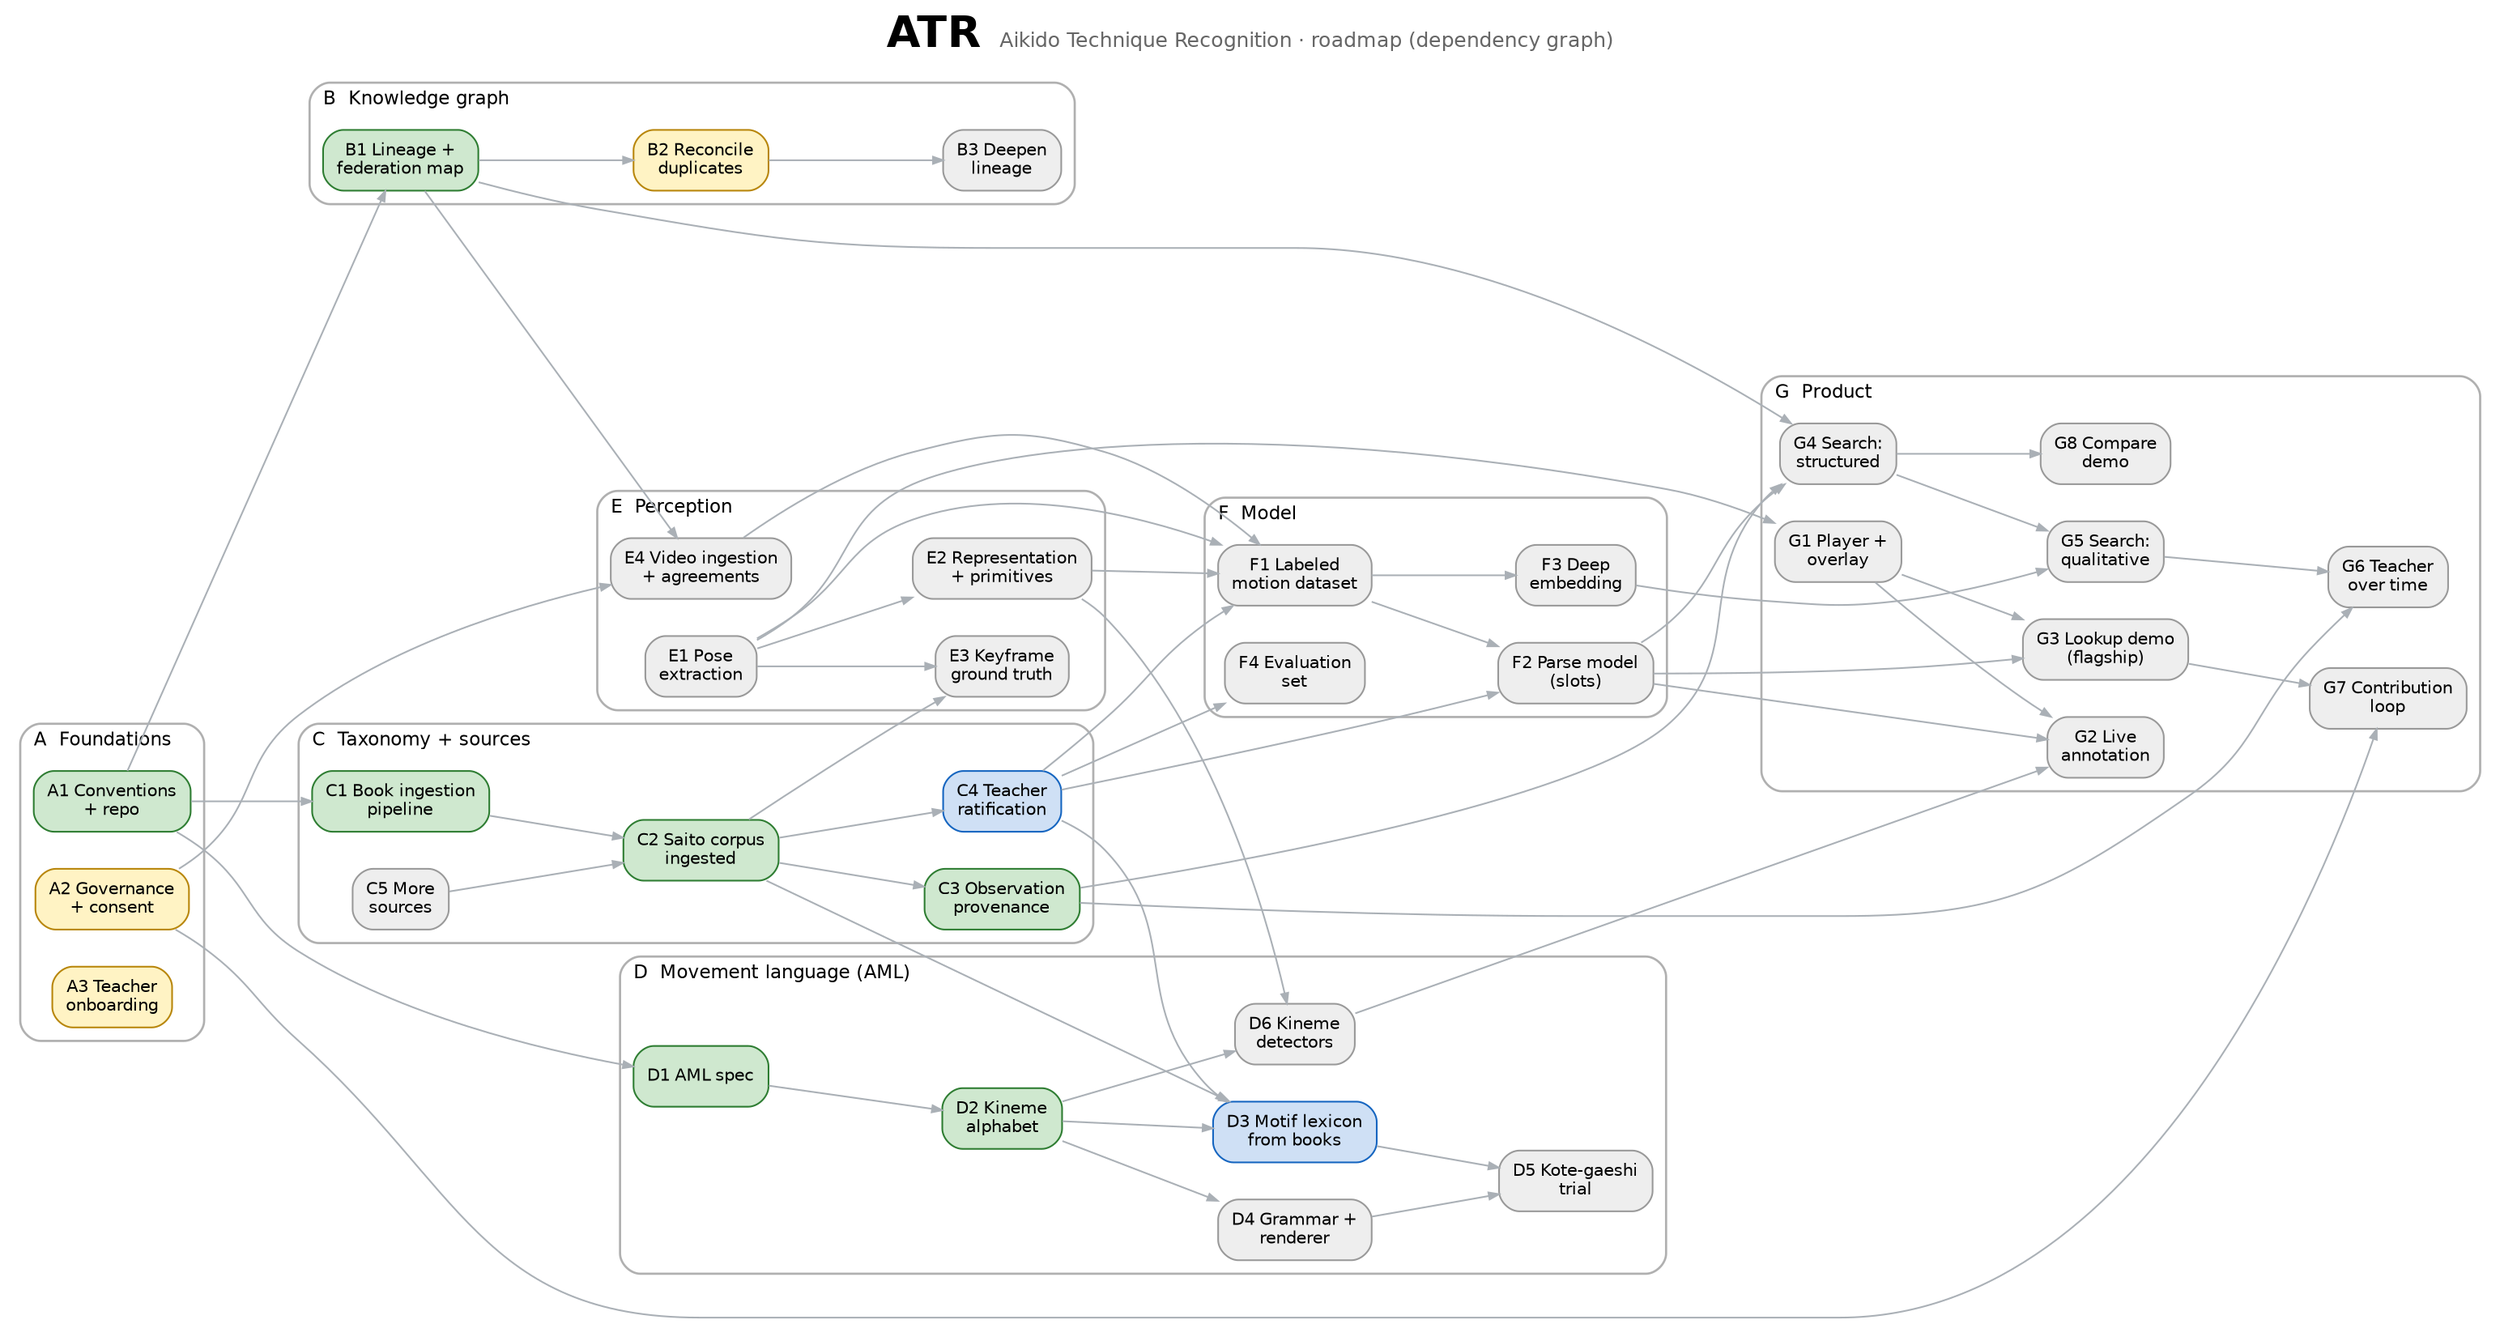
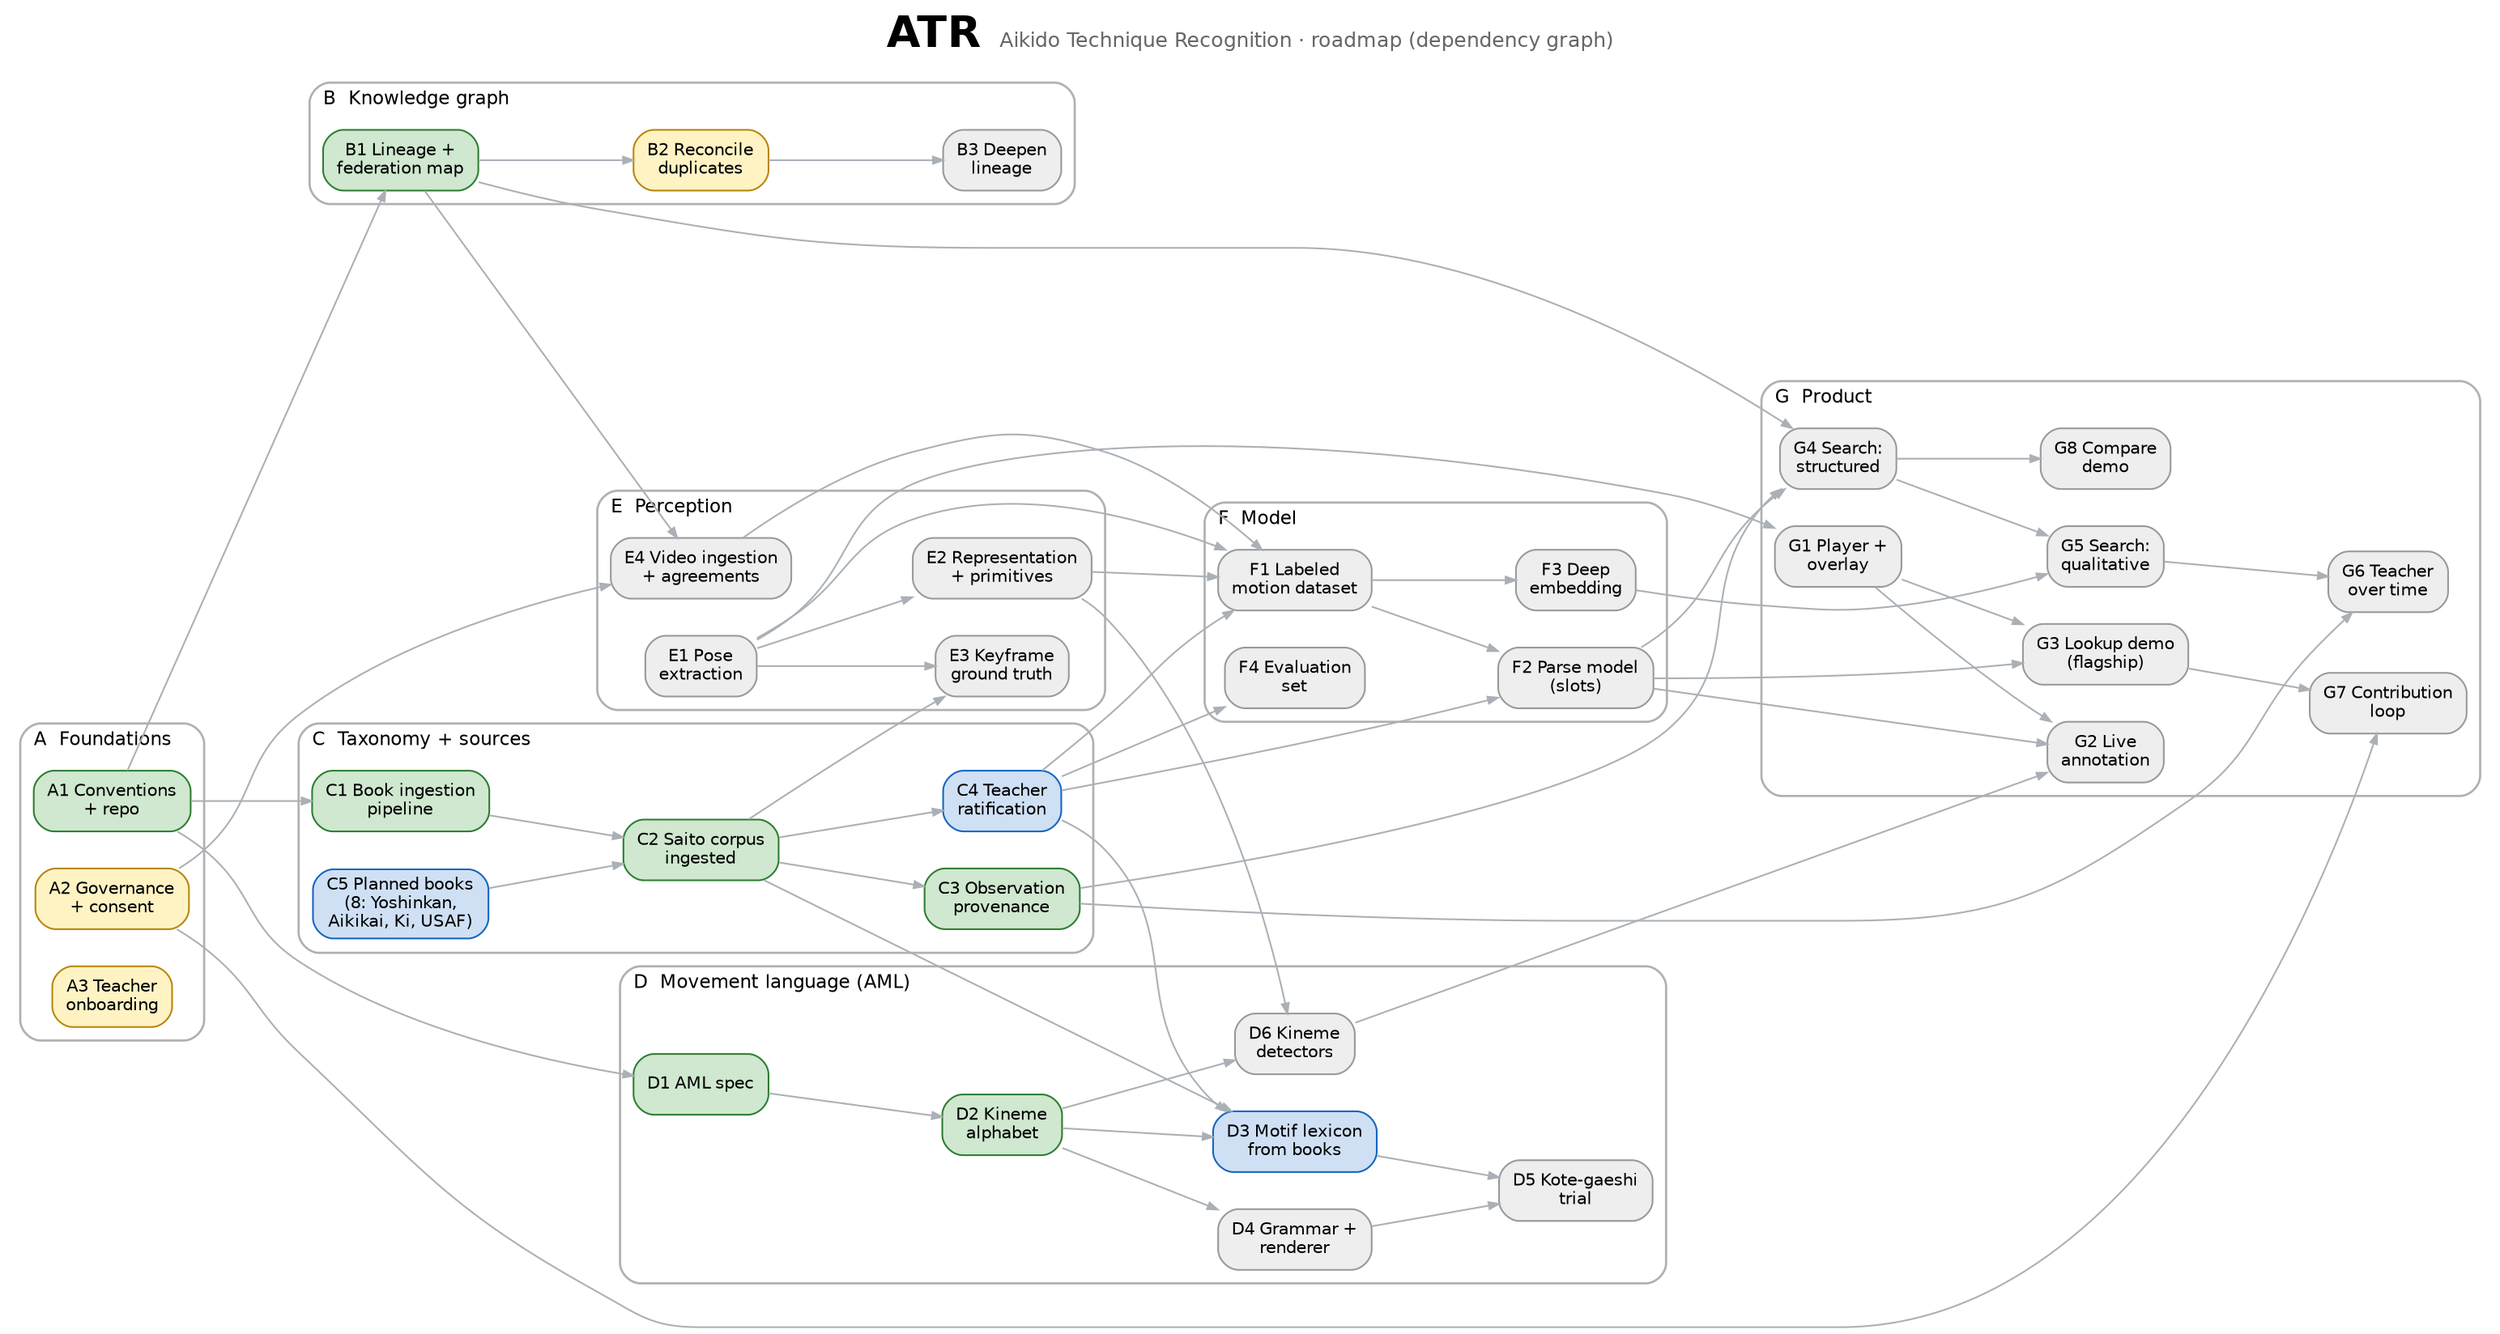
// ATR roadmap dependency graph -- source of truth.
// Render with: python docs/atr_15_roadmap_build.py  (writes atr_15_roadmap_graph.svg
// with the status legend composed below). Node ids carry the track (A..G).
digraph roadmap {
  rankdir=LR; ranksep=1.0; nodesep=0.3; compound=true; labelloc="t"; fontname="Helvetica";
  label=<<B><FONT POINT-SIZE="26">ATR</FONT></B>  <FONT POINT-SIZE="12" COLOR="#666666">Aikido Technique Recognition &#183; roadmap (dependency graph)</FONT>>;
  node [shape=box, style="rounded,filled", fontname="Helvetica", fontsize=10, fillcolor="#eeeeee", color="#999999"];
  edge [color="#aab0b6", arrowsize=0.6];

  subgraph cluster_A {
    label="A  Foundations"; labeljust="l"; fontsize=11; fontcolor="#666"; style="rounded"; color="#b0b0b0"; penwidth=1.3;
    A1 [label="A1 Conventions\n+ repo", fillcolor="#cfe8cf", color="#2e7d32"];
    A2 [label="A2 Governance\n+ consent", fillcolor="#fff3c4", color="#b8860b"];
    A3 [label="A3 Teacher\nonboarding", fillcolor="#fff3c4", color="#b8860b"];
  }
  subgraph cluster_B {
    label="B  Knowledge graph"; labeljust="l"; fontsize=11; fontcolor="#666"; style="rounded"; color="#b0b0b0"; penwidth=1.3;
    B1 [label="B1 Lineage +\nfederation map", fillcolor="#cfe8cf", color="#2e7d32"];
    B2 [label="B2 Reconcile\nduplicates", fillcolor="#fff3c4", color="#b8860b"];
    B3 [label="B3 Deepen\nlineage"];
  }
  subgraph cluster_C {
    label="C  Taxonomy + sources"; labeljust="l"; fontsize=11; fontcolor="#666"; style="rounded"; color="#b0b0b0"; penwidth=1.3;
    C1 [label="C1 Book ingestion\npipeline", fillcolor="#cfe8cf", color="#2e7d32"];
    C2 [label="C2 Saito corpus\ningested", fillcolor="#cfe8cf", color="#2e7d32"];
    C3 [label="C3 Observation\nprovenance", fillcolor="#cfe8cf", color="#2e7d32"];
    C4 [label="C4 Teacher\nratification", fillcolor="#cfe0f5", color="#1565c0"];
-     C5 [label="C5 More\nsources"];
+     C5 [label="C5 Planned books\n(8: Yoshinkan,\nAikikai, Ki, USAF)", fillcolor="#cfe0f5", color="#1565c0"];
  }
  subgraph cluster_D {
    label="D  Movement language (AML)"; labeljust="l"; fontsize=11; fontcolor="#666"; style="rounded"; color="#b0b0b0"; penwidth=1.3;
    D1 [label="D1 AML spec", fillcolor="#cfe8cf", color="#2e7d32"];
    D2 [label="D2 Kineme\nalphabet", fillcolor="#cfe8cf", color="#2e7d32"];
    D3 [label="D3 Motif lexicon\nfrom books", fillcolor="#cfe0f5", color="#1565c0"];
    D4 [label="D4 Grammar +\nrenderer"]; D5 [label="D5 Kote-gaeshi\ntrial"]; D6 [label="D6 Kineme\ndetectors"];
  }
  subgraph cluster_E {
    label="E  Perception"; labeljust="l"; fontsize=11; fontcolor="#666"; style="rounded"; color="#b0b0b0"; penwidth=1.3;
    E1 [label="E1 Pose\nextraction"]; E2 [label="E2 Representation\n+ primitives"]; E3 [label="E3 Keyframe\nground truth"]; E4 [label="E4 Video ingestion\n+ agreements"];
  }
  subgraph cluster_F {
    label="F  Model"; labeljust="l"; fontsize=11; fontcolor="#666"; style="rounded"; color="#b0b0b0"; penwidth=1.3;
    F1 [label="F1 Labeled\nmotion dataset"]; F2 [label="F2 Parse model\n(slots)"]; F3 [label="F3 Deep\nembedding"]; F4 [label="F4 Evaluation\nset"];
  }
  subgraph cluster_G {
    label="G  Product"; labeljust="l"; fontsize=11; fontcolor="#666"; style="rounded"; color="#b0b0b0"; penwidth=1.3;
    G1 [label="G1 Player +\noverlay"]; G2 [label="G2 Live\nannotation"]; G3 [label="G3 Lookup demo\n(flagship)"];
    G4 [label="G4 Search:\nstructured"]; G5 [label="G5 Search:\nqualitative"]; G6 [label="G6 Teacher\nover time"]; G7 [label="G7 Contribution\nloop"]; G8 [label="G8 Compare\ndemo"];
  }

  A1 -> B1; A1 -> C1; A1 -> D1; A2 -> E4; A2 -> G7;
  B1 -> B2; B2 -> B3;
  C1 -> C2; C2 -> C3; C2 -> C4; C2 -> D3; C2 -> E3; C4 -> D3; C4 -> F1; C4 -> F2; C4 -> F4; C5 -> C2;
  D1 -> D2; D2 -> D3; D2 -> D4; D2 -> D6; D3 -> D5; D4 -> D5;
  E1 -> E2; E1 -> E3; E1 -> G1; E1 -> F1; E2 -> D6; E2 -> F1;
  B1 -> E4; B1 -> G4; E4 -> F1;
  F1 -> F2; F1 -> F3; F2 -> G2; F2 -> G3; F2 -> G4; D6 -> G2;
  G1 -> G2; G1 -> G3; C3 -> G4; C3 -> G6;
  F3 -> G5; G4 -> G5; G4 -> G8; G5 -> G6; G3 -> G7;
}
